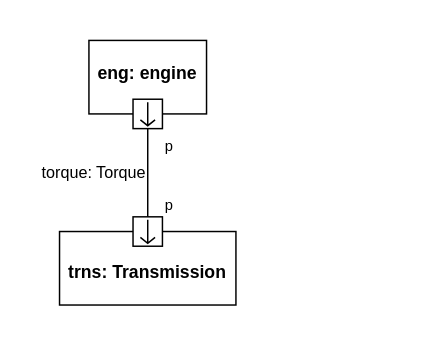
Before: page "Atomic Flow Ports" (14 of 27) of SysML Lessons/Lesson Views and SVGs/5_BDDs_Blocks&Properties.drawio in JeffreyWerth/AWS-Architecture-Model-Repository, a draw.io diagram. Source tidied: cells renumbered, new cells numbered last; positions are measured from the earlier drawing's top-left corner, leaving out a move shared by most shapes. Both pictures are drawn from the tidied source at 147%, with x=0, y=0 at pixel (59, 40).
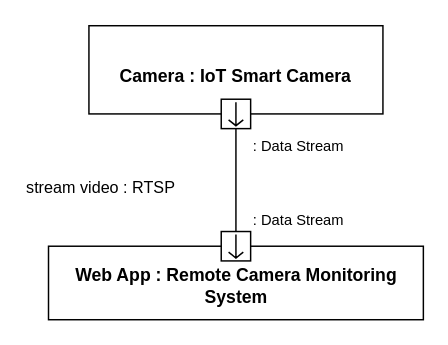
The same diagram, later.

Diff of the diagram source:
```diff
@@
 <mxGraphModel>
   <root>
     <mxCell id="0" />
     <mxCell id="1" parent="0" />
-    <mxCell id="2" value="eng: engine&#10;" style="html=1;shape=mxgraph.sysml.itemFlow;fontStyle=1;flowDir=S;flowType=out;whiteSpace=wrap;align=center;" parent="1" vertex="1">
-      <mxGeometry x="20" width="80" height="60" as="geometry" />
+    <mxCell id="2" value="Camera : IoT Smart Camera" style="html=1;shape=mxgraph.sysml.itemFlow;fontStyle=1;flowDir=S;flowType=out;whiteSpace=wrap;align=center;" parent="1" vertex="1">
+      <mxGeometry x="20" y="-10" width="200" height="70" as="geometry" />
     </mxCell>
-    <mxCell id="3" value="&#10;trns: Transmission" style="html=1;shape=mxgraph.sysml.itemFlow;fontStyle=1;flowDir=N;flowType=in;whiteSpace=wrap;align=center;" parent="1" vertex="1">
-      <mxGeometry y="120" width="120" height="60" as="geometry" />
+    <mxCell id="3" value="&lt;br&gt;Web App : Remote Camera Monitoring System" style="html=1;shape=mxgraph.sysml.itemFlow;fontStyle=1;flowDir=N;flowType=in;whiteSpace=wrap;align=center;" parent="1" vertex="1">
+      <mxGeometry x="-7.5" y="130" width="255" height="60" as="geometry" />
     </mxCell>
-    <mxCell id="4" value="torque: Torque" style="edgeStyle=none;html=1;align=right;endArrow=none;exitX=0.5;exitY=1;entryX=0.5;entryY=0;rounded=0;" parent="1" edge="1" source="2" target="3">
-      <mxGeometry relative="1" as="geometry" />
+    <mxCell id="4" value="stream video : RTSP" style="edgeStyle=none;html=1;align=right;endArrow=none;exitX=0.5;exitY=1;entryX=0.5;entryY=0;rounded=0;" parent="1" edge="1" source="2" target="3">
+      <mxGeometry x="0.14" y="-40" relative="1" as="geometry" />
     </mxCell>
-    <mxCell id="5" value="p" style="html=1;align=left;spacingLeft=10;verticalAlign=top;labelPosition=left;verticalLabelPosition=bottom;labelBackgroundColor=none;fontSize=10;" parent="4" vertex="1">
+    <mxCell id="5" value=": Data Stream" style="html=1;align=left;spacingLeft=10;verticalAlign=top;labelPosition=left;verticalLabelPosition=bottom;labelBackgroundColor=none;fontSize=10;" parent="4" vertex="1">
       <mxGeometry x="-1" relative="1" as="geometry" />
     </mxCell>
-    <mxCell id="6" value="p" style="html=1;align=left;spacingLeft=10;verticalAlign=bottom;labelPosition=left;verticalLabelPosition=bottom;labelBackgroundColor=none;fontSize=10;" parent="4" vertex="1">
+    <mxCell id="6" value=": Data Stream" style="html=1;align=left;spacingLeft=10;verticalAlign=bottom;labelPosition=left;verticalLabelPosition=bottom;labelBackgroundColor=none;fontSize=10;" parent="4" vertex="1">
       <mxGeometry x="1" relative="1" as="geometry" />
     </mxCell>
   </root>
 </mxGraphModel>
```
